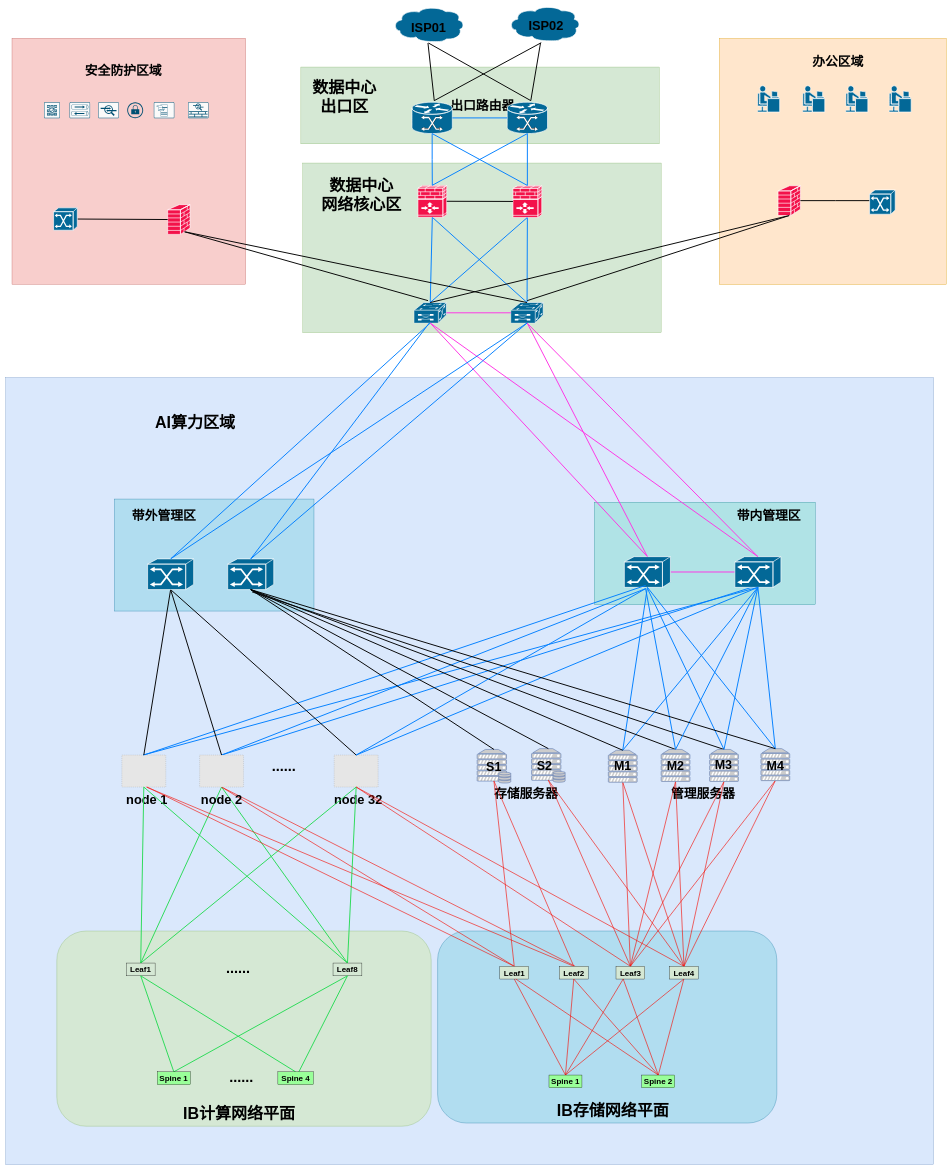
Before: fuzhou数据中心组网-32nodes-包括IB整体组网V1.0-0101.drawio in hel-2000/network-draw, a draw.io diagram. Source tidied: cells renumbered, new cells numbered last; positions are measured from the earlier drawing's top-left corner, leaving out a move shared by most shapes. Both pictures are drawn from the tidied source at 32%, with x=0, y=0 at pixel (5, 5). Pictures stored in the file or linked from it are replaced by grey dashed boxes.
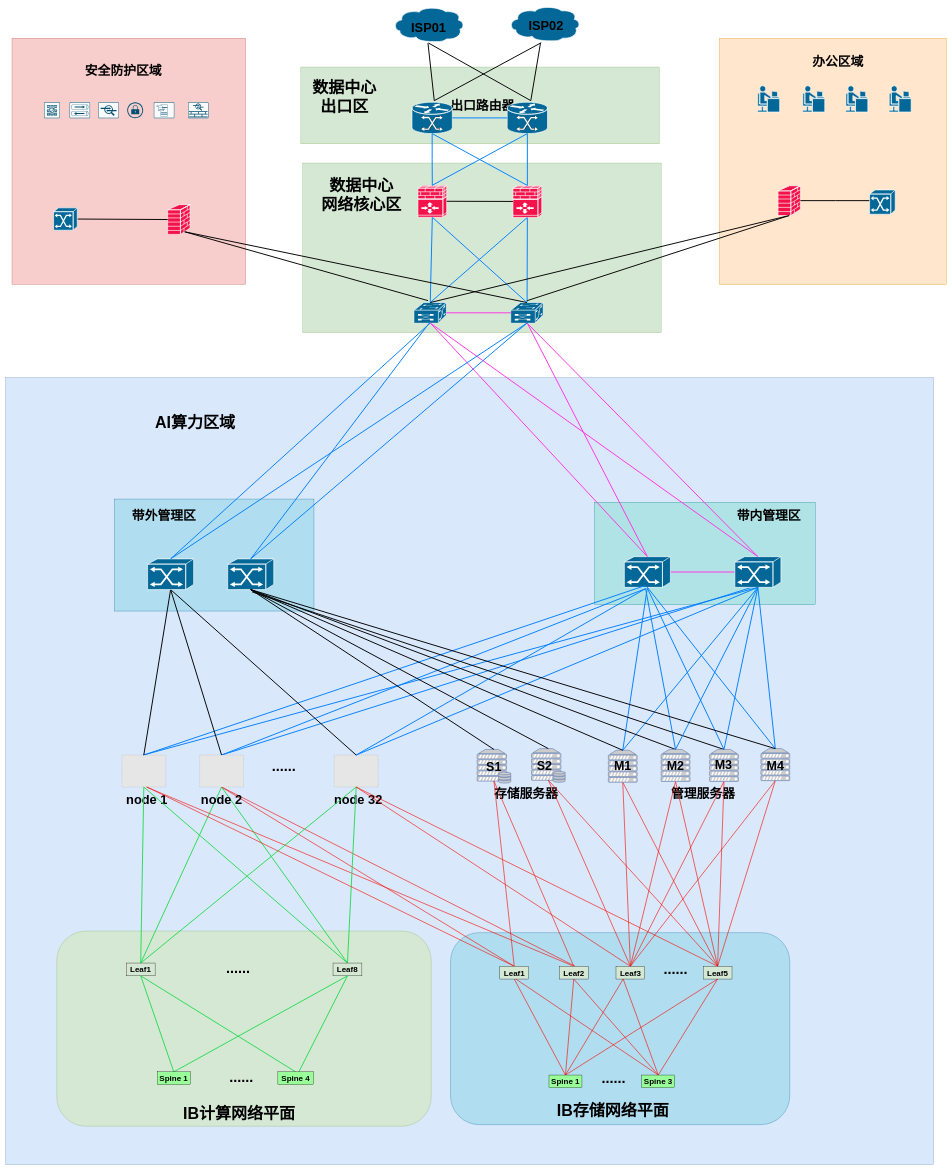
The same diagram, later.

Commit message:
更新fuzhou数据中心组网-32nodes-包括IB整体组网V1.0-0101.drawio

The change refers to these unchanged cells:
```xml
<mxCell id="32" style="fontColor=#0066CC;verticalAlign=top;verticalLabelPosition=bottom;labelPosition=center;align=center;html=1;outlineConnect=0;fillColor=#CCCCCC;strokeColor=#6881B3;gradientColor=none;gradientDirection=north;strokeWidth=2;shape=mxgraph.networks.server;" parent="1" vertex="1">
  <mxGeometry x="2360.4" y="2322" width="90" height="100" as="geometry" />
</mxCell>
<mxCell id="144" style="fontColor=#0066CC;verticalAlign=top;verticalLabelPosition=bottom;labelPosition=center;align=center;html=1;outlineConnect=0;fillColor=#CCCCCC;strokeColor=#6881B3;gradientColor=none;gradientDirection=north;strokeWidth=2;shape=mxgraph.networks.server;" parent="1" vertex="1">
  <mxGeometry x="2048.6" y="2324.5" width="90" height="100" as="geometry" />
</mxCell>
<mxCell id="149" style="fontColor=#0066CC;verticalAlign=top;verticalLabelPosition=bottom;labelPosition=center;align=center;html=1;outlineConnect=0;fillColor=#CCCCCC;strokeColor=#6881B3;gradientColor=none;gradientDirection=north;strokeWidth=2;shape=mxgraph.networks.server;" parent="1" vertex="1">
  <mxGeometry x="2200" y="2324.5" width="90" height="100" as="geometry" />
</mxCell>
```

The edit, as a diff of the source:
```diff
@@
     <mxCell id="5" style="rounded=1;whiteSpace=wrap;html=1;fillColor=#b1ddf0;strokeColor=#10739e;" parent="1" vertex="1">
-      <mxGeometry x="1350" y="2892" width="1060" height="600" as="geometry" />
+      <mxGeometry x="1390.4" y="2897" width="1060" height="600" as="geometry" />
     </mxCell>
@@
-    <mxCell id="31" style="rounded=0;jettySize=auto;html=1;exitX=0.5;exitY=1;exitDx=0;exitDy=0;exitPerimeter=0;endArrow=none;strokeColor=#f5120a;fillColor=#f8cecc;strokeWidth=2;endFill=0;" parent="1" edge="1" source="32">
-      <mxGeometry relative="1" as="geometry">
-        <mxPoint x="2120" y="3002" as="targetPoint" />
-      </mxGeometry>
+    <mxCell id="31" style="rounded=0;jettySize=auto;html=1;exitX=0.5;exitY=1;exitDx=0;exitDy=0;exitPerimeter=0;endArrow=none;strokeColor=#f5120a;fillColor=#f8cecc;strokeWidth=2;endFill=0;entryX=0.5;entryY=0;entryDx=0;entryDy=0;" parent="1" edge="1" source="32" target="134">
+      <mxGeometry relative="1" as="geometry" />
     </mxCell>
@@
-    <mxCell id="129" value="&lt;b&gt;&lt;font style=&quot;font-size: 25px;&quot;&gt;Spine 2&lt;/font&gt;&lt;/b&gt;" style="rounded=0;whiteSpace=wrap;html=1;fillColor=#99FF99;" parent="1" vertex="1">
+    <mxCell id="129" value="&lt;b&gt;&lt;font style=&quot;font-size: 25px;&quot;&gt;Spine 3&lt;/font&gt;&lt;/b&gt;" style="rounded=0;whiteSpace=wrap;html=1;fillColor=#99FF99;" parent="1" vertex="1">
       <mxGeometry x="1988.1" y="3342" width="103" height="40" as="geometry" />
     </mxCell>
@@
-    <mxCell id="134" value="&lt;b&gt;&lt;font style=&quot;font-size: 25px;&quot;&gt;Leaf4&lt;/font&gt;&lt;/b&gt;" style="rounded=0;whiteSpace=wrap;html=1;fillColor=#D5E8D4;" parent="1" vertex="1">
-      <mxGeometry x="2074.5" y="3002" width="90" height="40" as="geometry" />
+    <mxCell id="134" value="&lt;b&gt;&lt;font style=&quot;font-size: 25px;&quot;&gt;Leaf5&lt;/font&gt;&lt;/b&gt;" style="rounded=0;whiteSpace=wrap;html=1;fillColor=#D5E8D4;" parent="1" vertex="1">
+      <mxGeometry x="2180" y="3002" width="90" height="40" as="geometry" />
     </mxCell>
@@
-    <mxCell id="143" style="rounded=0;jettySize=auto;html=1;exitX=0.5;exitY=1;exitDx=0;exitDy=0;exitPerimeter=0;endArrow=none;strokeColor=#f5120a;fillColor=#f8cecc;strokeWidth=2;endFill=0;" parent="1" edge="1" source="144">
-      <mxGeometry relative="1" as="geometry">
-        <mxPoint x="2120" y="3002" as="targetPoint" />
-      </mxGeometry>
+    <mxCell id="143" style="rounded=0;jettySize=auto;html=1;exitX=0.5;exitY=1;exitDx=0;exitDy=0;exitPerimeter=0;endArrow=none;strokeColor=#f5120a;fillColor=#f8cecc;strokeWidth=2;endFill=0;entryX=0.5;entryY=0;entryDx=0;entryDy=0;" parent="1" edge="1" source="144" target="134">
+      <mxGeometry relative="1" as="geometry" />
     </mxCell>
@@
-    <mxCell id="148" style="rounded=0;jettySize=auto;html=1;exitX=0.5;exitY=1;exitDx=0;exitDy=0;exitPerimeter=0;endArrow=none;strokeColor=#f5120a;fillColor=#f8cecc;strokeWidth=2;endFill=0;" parent="1" edge="1" source="149">
-      <mxGeometry relative="1" as="geometry">
-        <mxPoint x="2120" y="3002" as="targetPoint" />
-      </mxGeometry>
+    <mxCell id="148" style="rounded=0;jettySize=auto;html=1;exitX=0.5;exitY=1;exitDx=0;exitDy=0;exitPerimeter=0;endArrow=none;strokeColor=#f5120a;fillColor=#f8cecc;strokeWidth=2;endFill=0;entryX=0.5;entryY=0;entryDx=0;entryDy=0;" parent="1" edge="1" source="149" target="134">
+      <mxGeometry relative="1" as="geometry" />
     </mxCell>
@@
+    <mxCell id="173" value="&lt;font size=&quot;1&quot; style=&quot;&quot;&gt;&lt;b style=&quot;font-size: 45px;&quot;&gt;...&lt;/b&gt;&lt;/font&gt;&lt;b style=&quot;border-color: var(--border-color); font-size: 45px;&quot;&gt;...&lt;/b&gt;" style="text;strokeColor=none;align=center;fillColor=none;html=1;verticalAlign=middle;whiteSpace=wrap;rounded=0;" parent="1" vertex="1">
+      <mxGeometry x="1840" y="3337" width="120" height="30" as="geometry" />
+    </mxCell>
+    <mxCell id="174" value="&lt;font size=&quot;1&quot; style=&quot;&quot;&gt;&lt;b style=&quot;font-size: 45px;&quot;&gt;...&lt;/b&gt;&lt;/font&gt;&lt;b style=&quot;border-color: var(--border-color); font-size: 45px;&quot;&gt;...&lt;/b&gt;" style="text;strokeColor=none;align=center;fillColor=none;html=1;verticalAlign=middle;whiteSpace=wrap;rounded=0;" parent="1" vertex="1">
+      <mxGeometry x="2033.6" y="2997" width="120" height="30" as="geometry" />
+    </mxCell>
```
